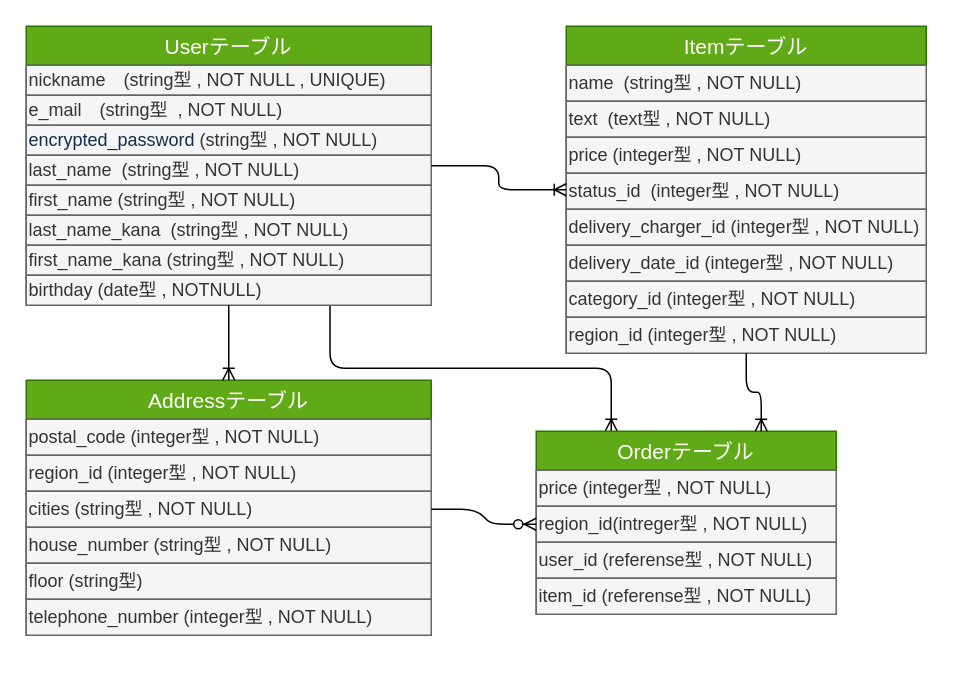
The draw.io diagram er.dio in matsuurara/furima-35948, before the edit. Source tidied: cells renumbered, new cells numbered last; positions are measured from the earlier drawing's top-left corner, leaving out a move shared by most shapes. Both pictures are drawn from the tidied source at 150%, with x=0, y=0 at pixel (26, 26).
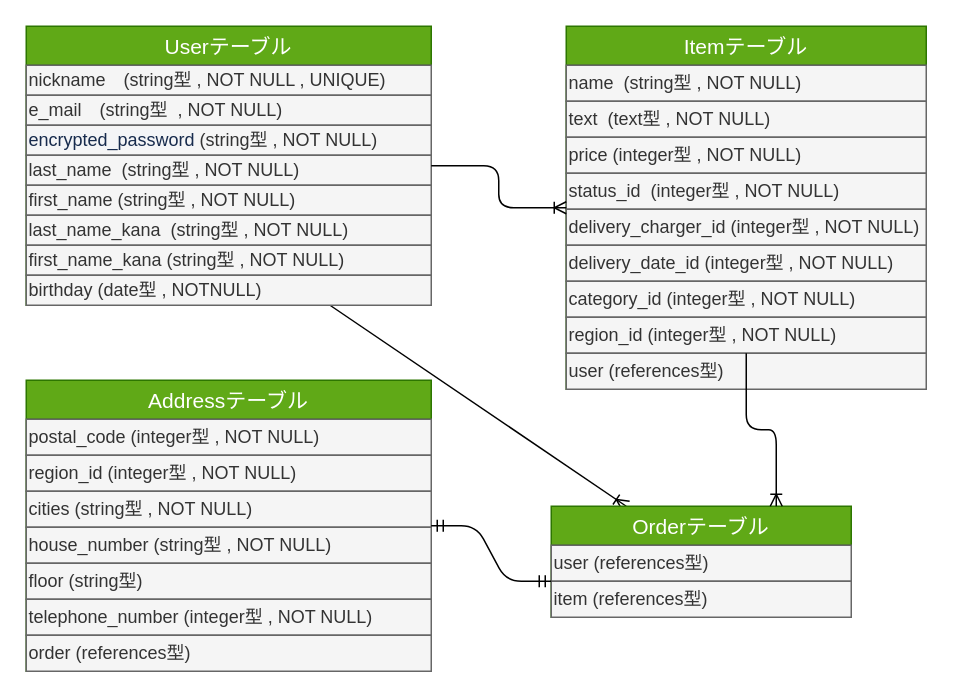
Above is the later version.

Commit message (it also covers changes not shown here):
外部キーをreferences型に修正、不要なカラムを削除、README中の表記を微修正

Unchanged cells that the change refers to:
```xml
<mxCell id="11" value="birthday (date型 , NOTNULL)" style="text;html=1;strokeColor=#666666;fillColor=#f5f5f5;align=left;verticalAlign=middle;whiteSpace=wrap;rounded=0;fontSize=12;labelPosition=center;verticalLabelPosition=middle;fontColor=#333333;" parent="3" vertex="1">
  <mxGeometry y="166" width="270" height="20" as="geometry" />
</mxCell>
<mxCell id="31" value="cities (string型 , NOT NULL)" style="text;html=1;strokeColor=#666666;fillColor=#f5f5f5;align=left;verticalAlign=middle;whiteSpace=wrap;rounded=0;fontSize=12;labelPosition=center;verticalLabelPosition=middle;fontColor=#333333;" parent="28" vertex="1">
  <mxGeometry y="74" width="270" height="24" as="geometry" />
</mxCell>
```

The edit, as a diff of the source:
```diff
@@
-    <mxCell id="2" style="edgeStyle=orthogonalEdgeStyle;jettySize=auto;html=1;exitX=0.75;exitY=1;exitDx=0;exitDy=0;entryX=0.25;entryY=0;entryDx=0;entryDy=0;endArrow=ERoneToMany;fontSize=12;" parent="1" edge="1" source="11" target="21">
+    <mxCell id="2" style="jettySize=auto;html=1;exitX=0.75;exitY=1;exitDx=0;exitDy=0;entryX=0.25;entryY=0;entryDx=0;entryDy=0;endArrow=ERoneToMany;fontSize=12;" parent="1" edge="1" source="11" target="21">
       <mxGeometry relative="1" as="geometry" />
     </mxCell>
@@
     <mxCell id="12" value="Itemテーブル" style="swimlane;fontStyle=0;horizontal=1;startSize=26;align=center;fontSize=14;fillColor=#60a917;strokeColor=#2D7600;fontColor=#ffffff;" parent="1" vertex="1">
-      <mxGeometry x="360" width="240" height="218" as="geometry" />
+      <mxGeometry x="360" width="240" height="242" as="geometry" />
     </mxCell>
@@
+    <mxCell id="37" value="user (references型)" style="text;html=1;strokeColor=#666666;fillColor=#f5f5f5;align=left;verticalAlign=middle;whiteSpace=wrap;rounded=0;fontSize=12;labelPosition=center;verticalLabelPosition=middle;fontColor=#333333;" parent="12" vertex="1">
+      <mxGeometry y="218" width="240" height="24" as="geometry" />
+    </mxCell>
     <mxCell id="21" value="Orderテーブル" style="swimlane;fontStyle=0;horizontal=1;startSize=26;align=center;fontSize=14;fillColor=#60a917;strokeColor=#2D7600;fontColor=#ffffff;" parent="1" vertex="1">
-      <mxGeometry x="340" y="270" width="200" height="122" as="geometry" />
+      <mxGeometry x="350" y="320" width="200" height="74" as="geometry" />
     </mxCell>
-    <mxCell id="22" value="price (integer型 , NOT NULL)" style="text;html=1;strokeColor=#666666;fillColor=#f5f5f5;align=left;verticalAlign=middle;whiteSpace=wrap;rounded=0;fontSize=12;labelPosition=center;verticalLabelPosition=middle;fontColor=#333333;" parent="21" vertex="1">
-      <mxGeometry y="26" width="200" height="24" as="geometry" />
-    </mxCell>
-    <mxCell id="23" value="region_id(intreger型 , NOT NULL)" style="text;html=1;strokeColor=#666666;fillColor=#f5f5f5;align=left;verticalAlign=middle;whiteSpace=wrap;rounded=0;fontSize=12;labelPosition=center;verticalLabelPosition=middle;fontColor=#333333;" parent="21" vertex="1">
-      <mxGeometry y="50" width="200" height="24" as="geometry" />
-    </mxCell>
-    <mxCell id="24" value="user_id (referense型 , NOT NULL)" style="text;html=1;strokeColor=#666666;fillColor=#f5f5f5;align=left;verticalAlign=middle;whiteSpace=wrap;rounded=0;fontSize=12;labelPosition=center;verticalLabelPosition=middle;fontColor=#333333;" parent="21" vertex="1">
-      <mxGeometry y="74" width="200" height="24" as="geometry" />
+    <mxCell id="24" value="user (references型)" style="text;html=1;strokeColor=#666666;fillColor=#f5f5f5;align=left;verticalAlign=middle;whiteSpace=wrap;rounded=0;fontSize=12;labelPosition=center;verticalLabelPosition=middle;fontColor=#333333;" parent="21" vertex="1">
+      <mxGeometry y="26" width="200" height="24" as="geometry" />
     </mxCell>
-    <mxCell id="25" value="item_id (referense型 , NOT NULL)" style="text;html=1;strokeColor=#666666;fillColor=#f5f5f5;align=left;verticalAlign=middle;whiteSpace=wrap;rounded=0;fontSize=12;labelPosition=center;verticalLabelPosition=middle;fontColor=#333333;" parent="21" vertex="1">
-      <mxGeometry y="98" width="200" height="24" as="geometry" />
+    <mxCell id="25" value="item (references型)" style="text;html=1;strokeColor=#666666;fillColor=#f5f5f5;align=left;verticalAlign=middle;whiteSpace=wrap;rounded=0;fontSize=12;labelPosition=center;verticalLabelPosition=middle;fontColor=#333333;" parent="21" vertex="1">
+      <mxGeometry y="50" width="200" height="24" as="geometry" />
     </mxCell>
@@
     <mxCell id="28" value="Addressテーブル" style="swimlane;fontStyle=0;horizontal=1;startSize=26;align=center;fontSize=14;fillColor=#60a917;strokeColor=#2D7600;fontColor=#ffffff;" parent="1" vertex="1">
-      <mxGeometry y="236" width="270" height="170" as="geometry" />
+      <mxGeometry y="236" width="270" height="194" as="geometry" />
     </mxCell>
@@
-    <mxCell id="35" style="fontSize=12;html=1;endArrow=ERoneToMany;exitX=0.5;exitY=1;exitDx=0;exitDy=0;entryX=0.5;entryY=0;entryDx=0;entryDy=0;" parent="1" edge="1" source="11" target="28">
-      <mxGeometry relative="1" as="geometry" />
-    </mxCell>
-    <mxCell id="36" style="edgeStyle=entityRelationEdgeStyle;fontSize=12;html=1;endArrow=ERzeroToMany;endFill=1;exitX=1;exitY=0.5;exitDx=0;exitDy=0;entryX=0;entryY=0.5;entryDx=0;entryDy=0;" parent="1" edge="1" source="31" target="23">
-      <mxGeometry relative="1" as="geometry" />
-    </mxCell>
+    <mxCell id="38" value="order (references型)" style="text;html=1;strokeColor=#666666;fillColor=#f5f5f5;align=left;verticalAlign=middle;whiteSpace=wrap;rounded=0;fontSize=12;labelPosition=center;verticalLabelPosition=middle;fontColor=#333333;" parent="28" vertex="1">
+      <mxGeometry y="170" width="270" height="24" as="geometry" />
+    </mxCell>
+    <mxCell id="39" style="edgeStyle=entityRelationEdgeStyle;fontSize=12;html=1;endArrow=ERmandOne;startArrow=ERmandOne;exitX=1;exitY=0.5;exitDx=0;exitDy=0;entryX=0;entryY=0;entryDx=0;entryDy=0;" parent="1" edge="1" source="28" target="25">
+      <mxGeometry relative="1" as="geometry" />
+    </mxCell>
```
